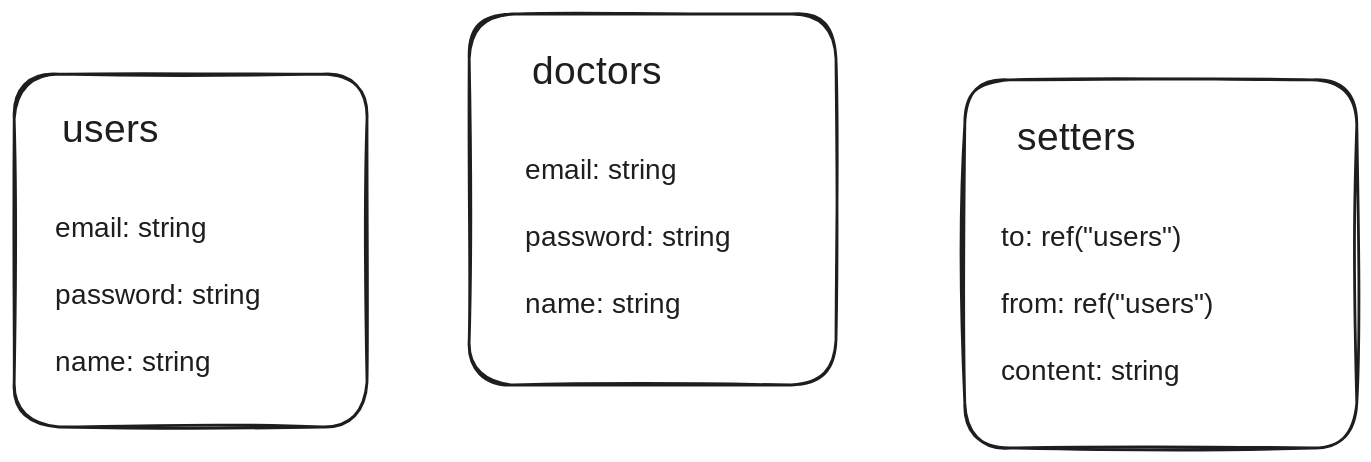
Before: database.excalidraw.svg, a diagram exported from Excalidraw (leonardotorre18/wendy). Source tidied: one line per element, renumbered; positions are measured from the earlier drawing's top-left corner, leaving out a move shared by most shapes.
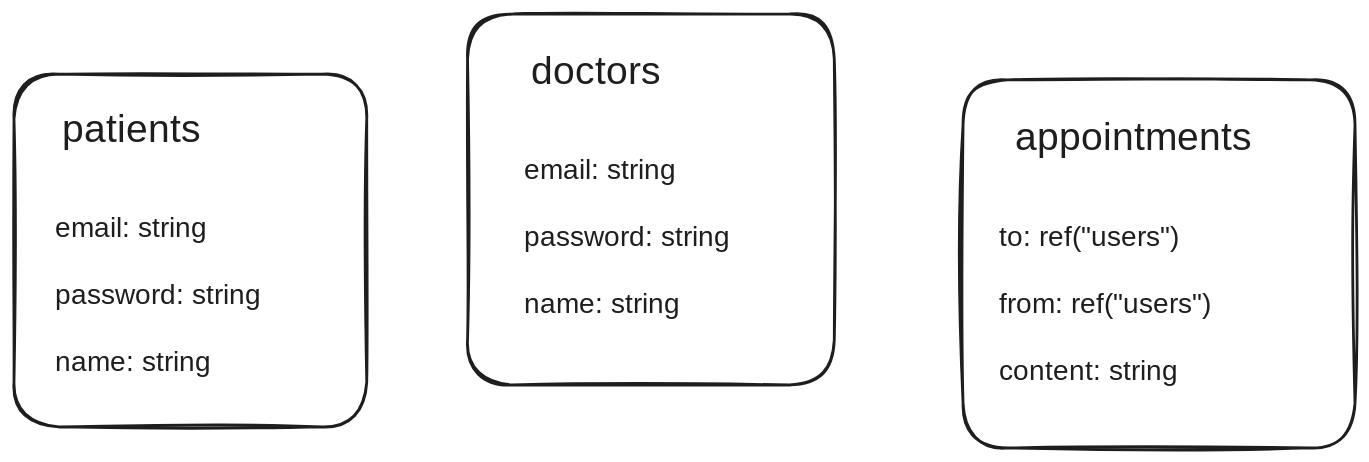
After the commit.

Commit message:
Backend: Schemas and Interfaces created

The edit, as a diff of the source:
```diff
@@ -1,9 +1,9 @@
-{"id": 0, "type": "text", "text": "users", "strokeColor": "#1e1e1e", "strokeWidth": 1, "roughness": 0, "fontSize": 28, "fontFamily": 1, "x": 34, "y": 66, "width": 73, "height": 35}
+{"id": 0, "type": "text", "text": "patients", "strokeColor": "#1e1e1e", "strokeWidth": 1, "roughness": 0, "fontSize": 28, "fontFamily": 1, "x": 35, "y": 66, "width": 114, "height": 35}
-{"id": 1, "type": "text", "text": "email: string\n\npassword: string\n\nname: string", "strokeColor": "#1e1e1e", "strokeWidth": 1, "roughness": 0, "fontSize": 20, "fontFamily": 3, "x": 29, "y": 141, "width": 192, "height": 120}
+{"id": 1, "type": "text", "text": "email: string\n\npassword: string\n\nname: string", "strokeColor": "#1e1e1e", "strokeWidth": 1, "roughness": 0, "fontSize": 20, "fontFamily": 3, "x": 30, "y": 141, "width": 192, "height": 120}
-{"id": 2, "type": "rectangle", "strokeColor": "#1e1e1e", "strokeWidth": 2, "roughness": 1, "round": true, "x": 0, "y": 43, "width": 252, "height": 252}
+{"id": 2, "type": "rectangle", "strokeColor": "#1e1e1e", "strokeWidth": 2, "roughness": 1, "round": true, "x": 1, "y": 43, "width": 252, "height": 252}
 {"id": 3, "type": "text", "text": "doctors", "strokeColor": "#1e1e1e", "strokeWidth": 1, "roughness": 0, "fontSize": 28, "fontFamily": 1, "x": 370, "y": 25, "width": 105, "height": 35}
 {"id": 4, "type": "text", "text": "email: string\n\npassword: string\n\nname: string", "strokeColor": "#1e1e1e", "strokeWidth": 1, "roughness": 0, "fontSize": 20, "fontFamily": 3, "x": 365, "y": 100, "width": 192, "height": 120}
 {"id": 5, "type": "rectangle", "strokeColor": "#1e1e1e", "strokeWidth": 2, "roughness": 1, "round": true, "x": 325, "y": 0, "width": 262, "height": 265}
-{"id": 6, "type": "text", "text": "setters", "strokeColor": "#1e1e1e", "strokeWidth": 1, "roughness": 0, "fontSize": 28, "fontFamily": 1, "x": 716, "y": 72, "width": 104, "height": 35}
+{"id": 6, "type": "text", "text": "appointments", "strokeColor": "#1e1e1e", "strokeWidth": 1, "roughness": 0, "fontSize": 28, "fontFamily": 1, "x": 716, "y": 72, "width": 175, "height": 35}
 {"id": 7, "type": "text", "text": "to: ref(\"users\")\n\nfrom: ref(\"users\")\n\ncontent: string", "strokeColor": "#1e1e1e", "strokeWidth": 1, "roughness": 0, "fontSize": 20, "fontFamily": 3, "x": 705, "y": 148, "width": 216, "height": 120}
 {"id": 8, "type": "rectangle", "strokeColor": "#1e1e1e", "strokeWidth": 2, "roughness": 1, "round": true, "x": 679, "y": 47, "width": 280, "height": 263}
```
